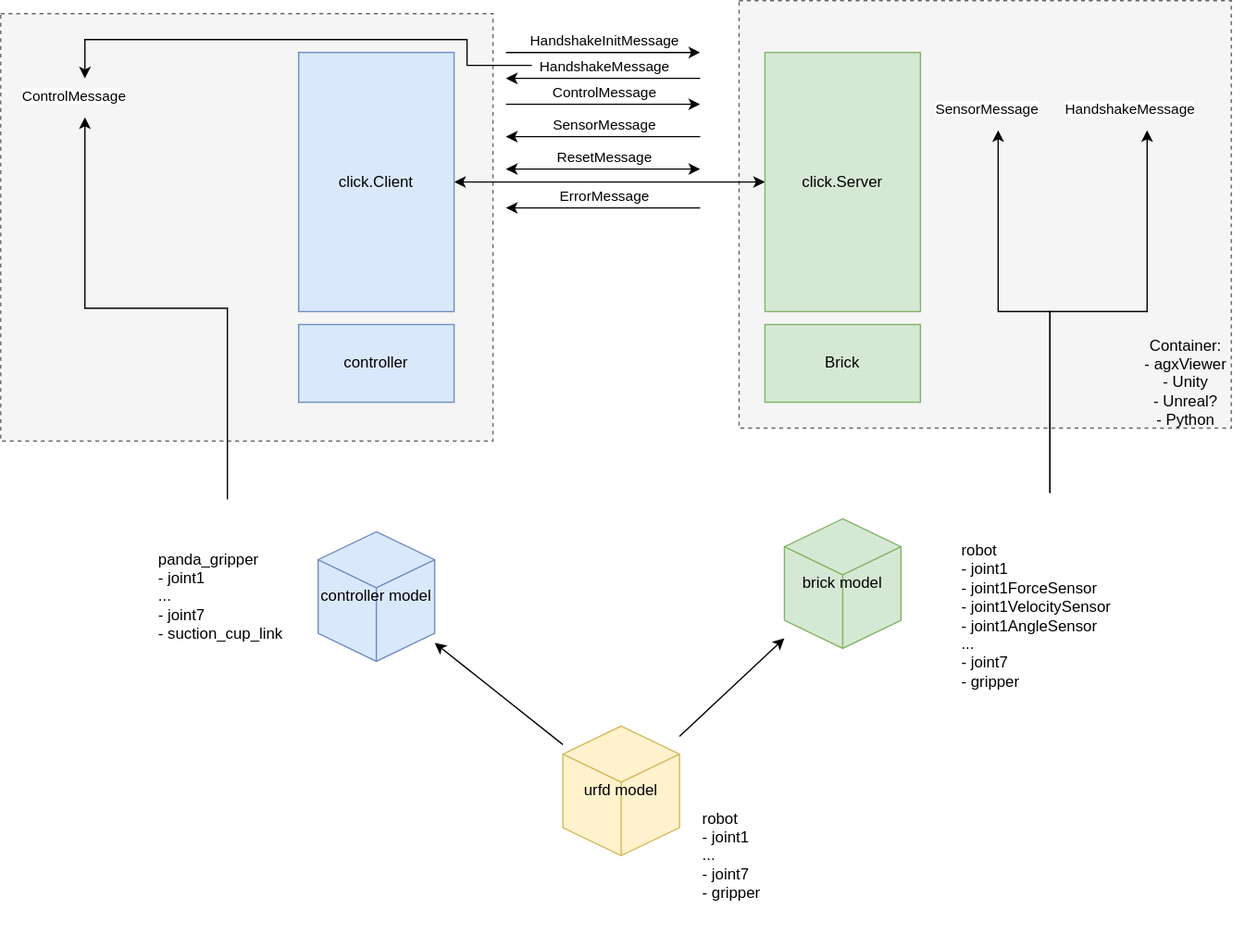
Above: doc/messaging.drawio.svg in Algoryx/click-mirror (draw.io), before the change. Source tidied: cells renumbered, new cells last; positions are measured from the earlier drawing's top-left corner, leaving out a move shared by most shapes. The source it was exported from:
```xml
<mxGraphModel>
  <root>
    <mxCell id="0" />
    <mxCell id="1" parent="0" />
    <mxCell id="2" style="rounded=0;whiteSpace=wrap;html=1;fillColor=#f5f5f5;dashed=1;strokeColor=#666666;fontColor=#333333;" parent="1" vertex="1">
      <mxGeometry y="10" width="380" height="330" as="geometry" />
    </mxCell>
    <mxCell id="3" style="rounded=0;whiteSpace=wrap;html=1;fillColor=#f5f5f5;dashed=1;strokeColor=#666666;fontColor=#333333;" parent="1" vertex="1">
      <mxGeometry x="570" width="380" height="330" as="geometry" />
    </mxCell>
    <mxCell id="4" style="rounded=0;jettySize=auto;html=1;startArrow=none;startFill=0;" parent="1" edge="1" source="6" target="8">
      <mxGeometry relative="1" as="geometry" />
    </mxCell>
    <mxCell id="5" style="edgeStyle=none;rounded=0;jettySize=auto;html=1;startArrow=none;startFill=0;" parent="1" edge="1" source="6" target="7">
      <mxGeometry relative="1" as="geometry" />
    </mxCell>
    <mxCell id="6" value="urfd model" style="html=1;whiteSpace=wrap;shape=isoCube2;backgroundOutline=1;isoAngle=15;fillColor=#fff2cc;strokeColor=#d6b656;" parent="1" vertex="1">
      <mxGeometry x="434" y="560" width="90" height="100" as="geometry" />
    </mxCell>
    <mxCell id="7" value="controller model" style="html=1;whiteSpace=wrap;shape=isoCube2;backgroundOutline=1;isoAngle=15;fillColor=#dae8fc;strokeColor=#6c8ebf;" parent="1" vertex="1">
      <mxGeometry x="245" y="410" width="90" height="100" as="geometry" />
    </mxCell>
    <mxCell id="8" value="brick model" style="html=1;whiteSpace=wrap;shape=isoCube2;backgroundOutline=1;isoAngle=15;fillColor=#d5e8d4;strokeColor=#82b366;" parent="1" vertex="1">
      <mxGeometry x="605" y="400" width="90" height="100" as="geometry" />
    </mxCell>
    <mxCell id="9" style="edgeStyle=orthogonalEdgeStyle;rounded=0;jettySize=auto;html=1;exitX=1;exitY=0.5;exitDx=0;exitDy=0;entryX=0;entryY=0.5;entryDx=0;entryDy=0;startArrow=classic;startFill=1;" parent="1" edge="1" source="10" target="11">
      <mxGeometry relative="1" as="geometry" />
    </mxCell>
    <mxCell id="10" value="click.Client" style="rounded=0;whiteSpace=wrap;html=1;fillColor=#dae8fc;strokeColor=#6c8ebf;" parent="1" vertex="1">
      <mxGeometry x="230" y="40" width="120" height="200" as="geometry" />
    </mxCell>
    <mxCell id="11" value="click.Server" style="rounded=0;whiteSpace=wrap;html=1;fillColor=#d5e8d4;strokeColor=#82b366;" parent="1" vertex="1">
      <mxGeometry x="590" y="40" width="120" height="200" as="geometry" />
    </mxCell>
    <mxCell id="12" value="Brick" style="rounded=0;whiteSpace=wrap;html=1;fillColor=#d5e8d4;strokeColor=#82b366;" parent="1" vertex="1">
      <mxGeometry x="590" y="250" width="120" height="60" as="geometry" />
    </mxCell>
    <mxCell id="13" value="controller" style="rounded=0;whiteSpace=wrap;html=1;fillColor=#dae8fc;strokeColor=#6c8ebf;" parent="1" vertex="1">
      <mxGeometry x="230" y="250" width="120" height="60" as="geometry" />
    </mxCell>
    <mxCell id="14" style="edgeStyle=orthogonalEdgeStyle;rounded=0;jettySize=auto;html=1;" parent="1" edge="1" source="16" target="29">
      <mxGeometry relative="1" as="geometry" />
    </mxCell>
    <mxCell id="15" style="edgeStyle=orthogonalEdgeStyle;rounded=0;jettySize=auto;html=1;" parent="1" edge="1" source="16" target="30">
      <mxGeometry relative="1" as="geometry" />
    </mxCell>
    <mxCell id="16" value="robot&lt;br&gt;- joint1&lt;br&gt;&amp;nbsp; -&amp;nbsp;joint1ForceSensor&lt;br&gt;&amp;nbsp; -&amp;nbsp;joint1VelocitySensor&lt;br&gt;&amp;nbsp; -&amp;nbsp;joint1AngleSensor&lt;br&gt;...&lt;br&gt;- joint7&lt;br&gt;- gripper" style="text;html=1;strokeColor=none;fillColor=none;align=left;verticalAlign=middle;whiteSpace=wrap;rounded=0;" parent="1" vertex="1">
      <mxGeometry x="740" y="380" width="140" height="190" as="geometry" />
    </mxCell>
    <mxCell id="17" value="robot&lt;br&gt;- joint1&lt;br&gt;...&lt;br&gt;- joint7&lt;br&gt;- gripper" style="text;html=1;strokeColor=none;fillColor=none;align=left;verticalAlign=middle;whiteSpace=wrap;rounded=0;" parent="1" vertex="1">
      <mxGeometry x="540" y="590" width="70" height="140" as="geometry" />
    </mxCell>
    <mxCell id="18" value="panda_gripper&lt;br&gt;- joint1&lt;br&gt;...&lt;br&gt;- joint7&lt;br&gt;- suction_cup_link" style="text;html=1;strokeColor=none;fillColor=none;align=left;verticalAlign=middle;whiteSpace=wrap;rounded=0;" parent="1" vertex="1">
      <mxGeometry x="120" y="385" width="110" height="150" as="geometry" />
    </mxCell>
    <mxCell id="19" style="endArrow=classic;html=1;" parent="1" edge="1">
      <mxGeometry relative="1" as="geometry">
        <mxPoint x="390" y="40" as="sourcePoint" />
        <mxPoint x="540" y="40" as="targetPoint" />
      </mxGeometry>
    </mxCell>
    <mxCell id="20" value="HandshakeInitMessage" style="edgeLabel;html=1;align=center;verticalAlign=middle;" parent="19" vertex="1">
      <mxGeometry relative="1" as="geometry">
        <mxPoint y="-10" as="offset" />
      </mxGeometry>
    </mxCell>
    <mxCell id="21" style="endArrow=classic;html=1;" parent="1" edge="1">
      <mxGeometry relative="1" as="geometry">
        <mxPoint x="390" y="80" as="sourcePoint" />
        <mxPoint x="540" y="80" as="targetPoint" />
      </mxGeometry>
    </mxCell>
    <mxCell id="22" value="ControlMessage" style="edgeLabel;html=1;align=center;verticalAlign=middle;" parent="21" vertex="1">
      <mxGeometry relative="1" as="geometry">
        <mxPoint y="-10" as="offset" />
      </mxGeometry>
    </mxCell>
    <mxCell id="23" style="endArrow=classic;html=1;" parent="1" edge="1">
      <mxGeometry relative="1" as="geometry">
        <mxPoint x="540" y="105" as="sourcePoint" />
        <mxPoint x="390" y="105" as="targetPoint" />
      </mxGeometry>
    </mxCell>
    <mxCell id="24" value="SensorMessage" style="edgeLabel;html=1;align=center;verticalAlign=middle;" parent="23" vertex="1">
      <mxGeometry relative="1" as="geometry">
        <mxPoint y="-10" as="offset" />
      </mxGeometry>
    </mxCell>
    <mxCell id="25" style="endArrow=classic;html=1;" parent="1" edge="1">
      <mxGeometry relative="1" as="geometry">
        <mxPoint x="540" y="60" as="sourcePoint" />
        <mxPoint x="390" y="60" as="targetPoint" />
      </mxGeometry>
    </mxCell>
    <mxCell id="26" value="HandshakeMessage" style="edgeLabel;html=1;align=center;verticalAlign=middle;" parent="25" vertex="1">
      <mxGeometry relative="1" as="geometry">
        <mxPoint y="-10" as="offset" />
      </mxGeometry>
    </mxCell>
    <mxCell id="27" style="startArrow=classic;endArrow=classic;html=1;" parent="1" edge="1">
      <mxGeometry relative="1" as="geometry">
        <mxPoint x="540" y="130" as="sourcePoint" />
        <mxPoint x="390" y="130" as="targetPoint" />
      </mxGeometry>
    </mxCell>
    <mxCell id="28" value="ResetMessage" style="edgeLabel;html=1;align=center;verticalAlign=middle;" parent="27" vertex="1">
      <mxGeometry relative="1" as="geometry">
        <mxPoint y="-10" as="offset" />
      </mxGeometry>
    </mxCell>
    <mxCell id="29" value="&lt;meta charset=&quot;utf-8&quot;&gt;&lt;span style=&quot;color: rgb(0, 0, 0); font-family: helvetica; font-size: 11px; font-style: normal; font-weight: 400; letter-spacing: normal; text-align: center; text-indent: 0px; text-transform: none; word-spacing: 0px; background-color: rgb(255, 255, 255); display: inline; float: none;&quot;&gt;HandshakeMessage&lt;/span&gt;" style="text;whiteSpace=wrap;html=1;" parent="1" vertex="1">
      <mxGeometry x="820" y="70" width="130" height="30" as="geometry" />
    </mxCell>
    <mxCell id="30" value="&lt;meta charset=&quot;utf-8&quot;&gt;&lt;span style=&quot;color: rgb(0, 0, 0); font-family: helvetica; font-size: 11px; font-style: normal; font-weight: 400; letter-spacing: normal; text-align: center; text-indent: 0px; text-transform: none; word-spacing: 0px; background-color: rgb(255, 255, 255); display: inline; float: none;&quot;&gt;SensorMessage&lt;/span&gt;" style="text;whiteSpace=wrap;html=1;" parent="1" vertex="1">
      <mxGeometry x="720" y="70" width="100" height="30" as="geometry" />
    </mxCell>
    <mxCell id="31" value="Container:&lt;br&gt;- agxViewer&lt;br&gt;- Unity&lt;br&gt;- Unreal?&lt;br&gt;- Python" style="text;html=1;strokeColor=none;fillColor=none;align=center;verticalAlign=middle;whiteSpace=wrap;rounded=0;dashed=1;" parent="1" vertex="1">
      <mxGeometry x="870" y="260" width="90" height="70" as="geometry" />
    </mxCell>
    <mxCell id="32" style="endArrow=classic;html=1;" parent="1" edge="1">
      <mxGeometry relative="1" as="geometry">
        <mxPoint x="540" y="160" as="sourcePoint" />
        <mxPoint x="390" y="160" as="targetPoint" />
      </mxGeometry>
    </mxCell>
    <mxCell id="33" value="ErrorMessage" style="edgeLabel;html=1;align=center;verticalAlign=middle;" parent="32" vertex="1">
      <mxGeometry relative="1" as="geometry">
        <mxPoint y="-10" as="offset" />
      </mxGeometry>
    </mxCell>
    <mxCell id="34" style="edgeStyle=orthogonalEdgeStyle;rounded=0;jettySize=auto;html=1;" parent="1" edge="1" target="36">
      <mxGeometry relative="1" as="geometry">
        <mxPoint x="410" y="50" as="sourcePoint" />
        <Array as="points">
          <mxPoint x="360" y="50" />
          <mxPoint x="360" y="30" />
          <mxPoint x="65" y="30" />
        </Array>
      </mxGeometry>
    </mxCell>
    <mxCell id="35" style="edgeStyle=orthogonalEdgeStyle;rounded=0;jettySize=auto;html=1;exitX=0.5;exitY=0;exitDx=0;exitDy=0;" parent="1" edge="1" source="18" target="36">
      <mxGeometry relative="1" as="geometry" />
    </mxCell>
    <mxCell id="36" value="&lt;span style=&quot;color: rgb(0 , 0 , 0) ; font-family: &amp;#34;helvetica&amp;#34; ; font-size: 11px ; font-style: normal ; font-weight: 400 ; letter-spacing: normal ; text-align: center ; text-indent: 0px ; text-transform: none ; word-spacing: 0px ; background-color: rgb(255 , 255 , 255) ; display: inline ; float: none&quot;&gt;ControlMessage&lt;/span&gt;" style="text;whiteSpace=wrap;html=1;" parent="1" vertex="1">
      <mxGeometry x="15" y="60" width="100" height="30" as="geometry" />
    </mxCell>
  </root>
</mxGraphModel>
```
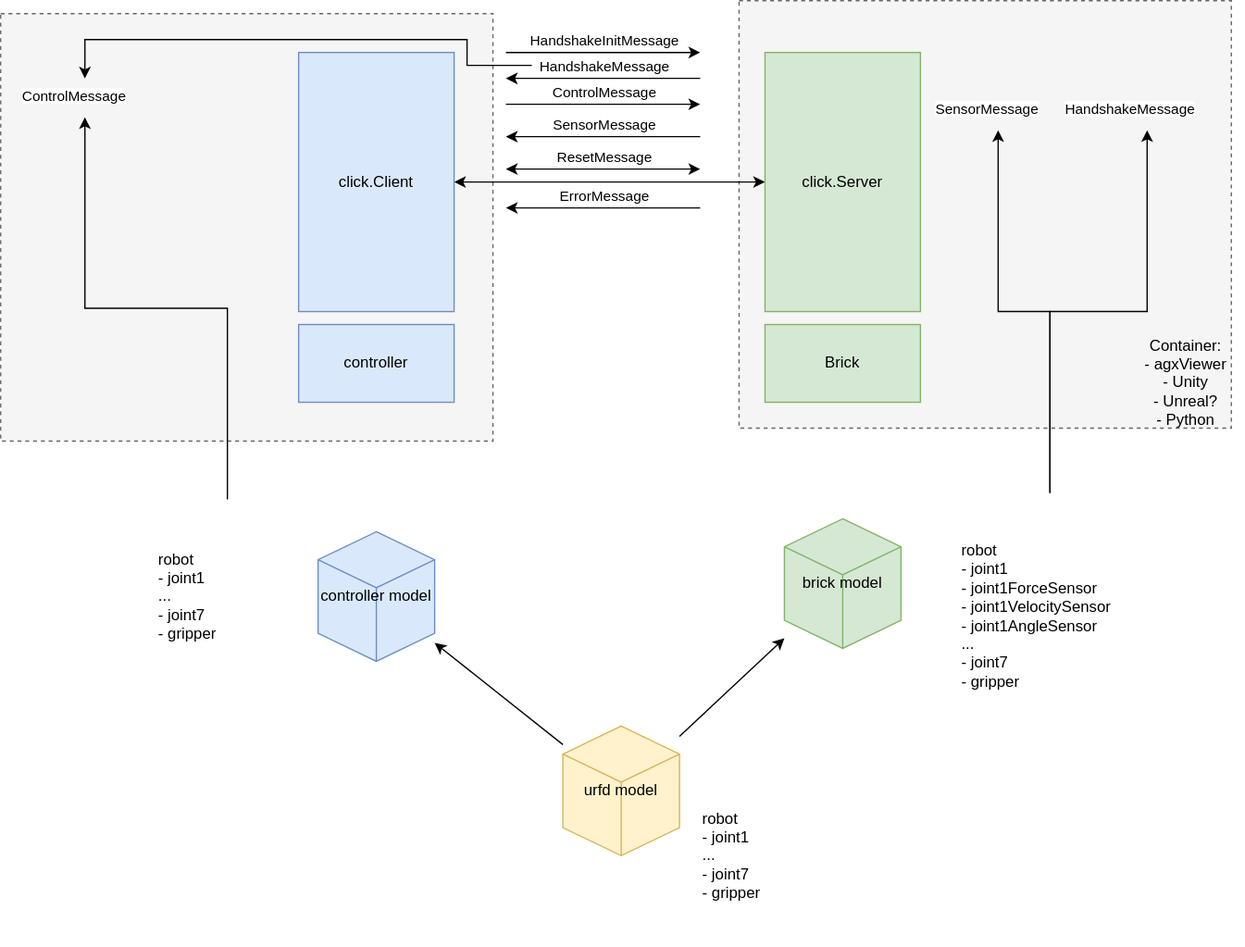
Above is the later version.

Change to the diagram source:
```diff
@@ -50,7 +50,7 @@
     <mxCell id="17" value="robot&lt;br&gt;- joint1&lt;br&gt;...&lt;br&gt;- joint7&lt;br&gt;- gripper" style="text;html=1;strokeColor=none;fillColor=none;align=left;verticalAlign=middle;whiteSpace=wrap;rounded=0;" parent="1" vertex="1">
       <mxGeometry x="540" y="590" width="70" height="140" as="geometry" />
     </mxCell>
-    <mxCell id="18" value="panda_gripper&lt;br&gt;- joint1&lt;br&gt;...&lt;br&gt;- joint7&lt;br&gt;- suction_cup_link" style="text;html=1;strokeColor=none;fillColor=none;align=left;verticalAlign=middle;whiteSpace=wrap;rounded=0;" parent="1" vertex="1">
+    <mxCell id="18" value="robot&lt;br&gt;- joint1&lt;br&gt;...&lt;br&gt;- joint7&lt;br&gt;- gripper" style="text;html=1;strokeColor=none;fillColor=none;align=left;verticalAlign=middle;whiteSpace=wrap;rounded=0;" parent="1" vertex="1">
       <mxGeometry x="120" y="385" width="110" height="150" as="geometry" />
     </mxCell>
     <mxCell id="19" style="endArrow=classic;html=1;" parent="1" edge="1">
```
